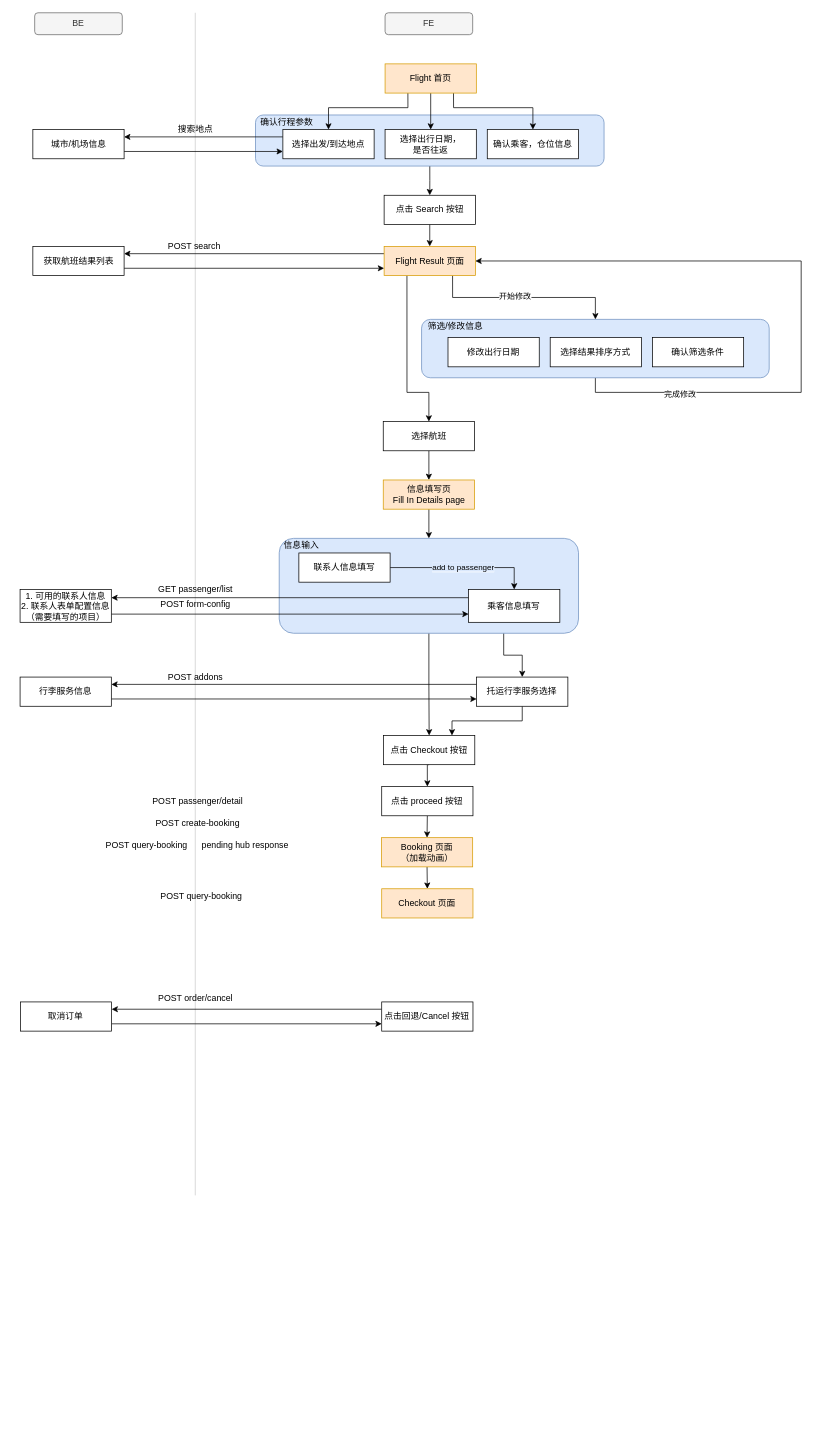
Before: page "main process" (1 of 2) of Flight/flight.drawio in junhong2021/Hotel-, a draw.io diagram. Source tidied: cells renumbered, new cells numbered last; positions are measured from the earlier drawing's top-left corner, leaving out a move shared by most shapes. Both pictures are drawn from the tidied source at 73%, with x=0, y=0 at pixel (20, 12).
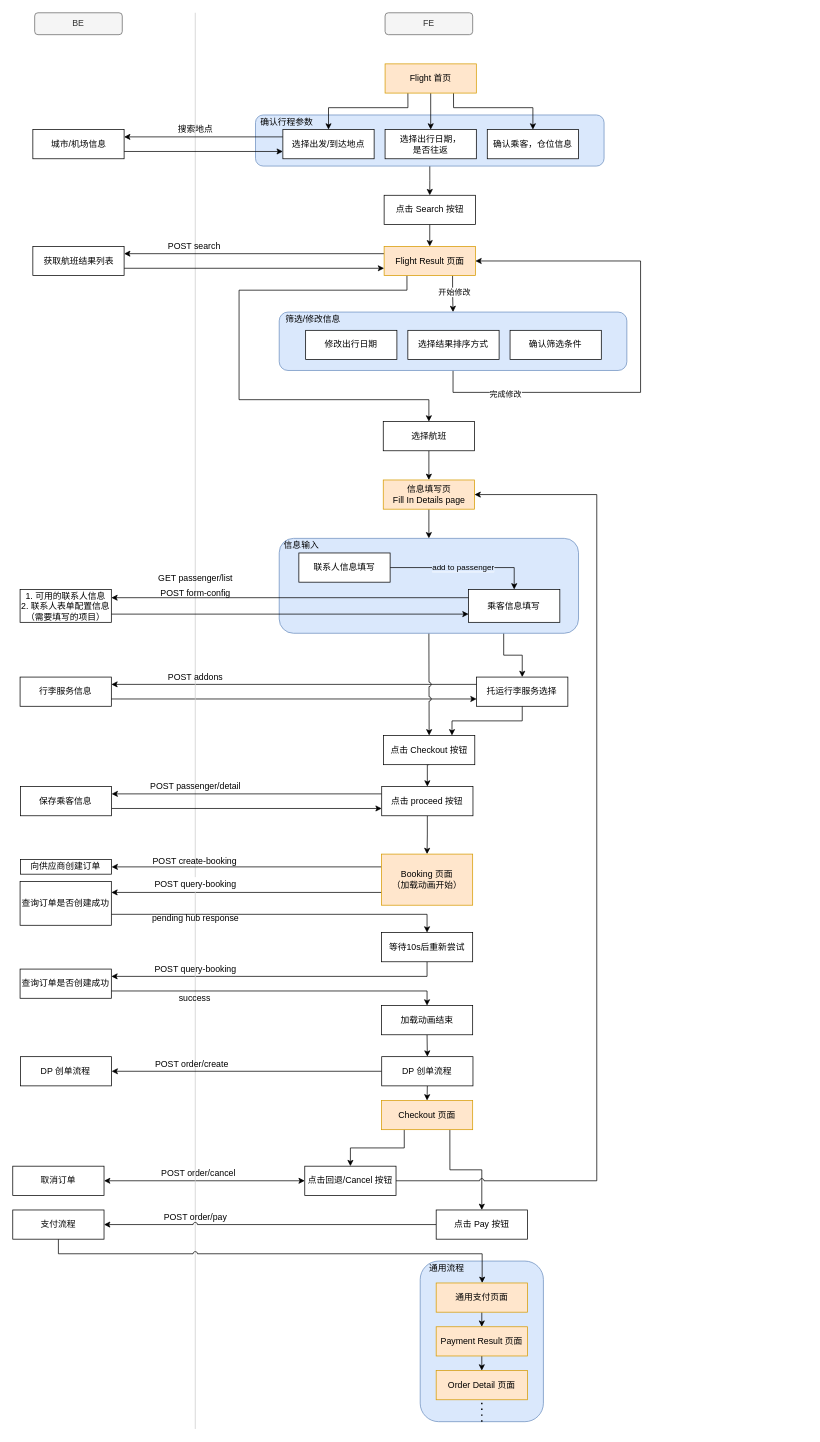
The same page after the edit.

The change refers to these unchanged cells:
```xml
<mxCell id="18" value="Flight Result 页面" style="rounded=0;whiteSpace=wrap;html=1;fillColor=#ffe6cc;strokeColor=#d79b00;" parent="1" vertex="1">
  <mxGeometry x="498.7" y="320" width="125" height="40" as="geometry" />
</mxCell>
<mxCell id="37" value="选择航班" style="rounded=0;whiteSpace=wrap;html=1;" parent="1" vertex="1">
  <mxGeometry x="497.5" y="560" width="125" height="40" as="geometry" />
</mxCell>
<mxCell id="39" value="信息填写页&lt;br&gt;Fill In Details page" style="rounded=0;whiteSpace=wrap;html=1;fillColor=#ffe6cc;strokeColor=#d79b00;" parent="1" vertex="1">
  <mxGeometry x="497.5" y="640" width="125" height="40" as="geometry" />
</mxCell>
<mxCell id="42" value="托运行李服务选择" style="rounded=0;whiteSpace=wrap;html=1;" parent="1" vertex="1">
  <mxGeometry x="625.4" y="910" width="125" height="40" as="geometry" />
</mxCell>
<mxCell id="45" style="rounded=1;whiteSpace=wrap;html=1;fillColor=#dae8fc;strokeColor=#6c8ebf;align=center;" parent="1" vertex="1">
  <mxGeometry x="355" y="720" width="410" height="130" as="geometry" />
</mxCell>
<mxCell id="52" value="点击 Checkout 按钮" style="rounded=0;whiteSpace=wrap;html=1;" parent="1" vertex="1">
  <mxGeometry x="497.9" y="990" width="125" height="40" as="geometry" />
</mxCell>
<mxCell id="55" value="点击 proceed 按钮" style="rounded=0;whiteSpace=wrap;html=1;" parent="1" vertex="1">
  <mxGeometry x="495.4" y="1060" width="125" height="40" as="geometry" />
</mxCell>
<mxCell id="61" value="行李服务信息" style="rounded=0;whiteSpace=wrap;html=1;" parent="1" vertex="1">
  <mxGeometry y="910" width="125" height="40" as="geometry" />
</mxCell>
```

Diff of the diagram source:
```diff
@@
+    <mxCell id="75" style="rounded=1;whiteSpace=wrap;html=1;fillColor=#dae8fc;strokeColor=#6c8ebf;" parent="1" vertex="1">
+      <mxGeometry x="548.1" y="1710" width="168.8" height="220" as="geometry" />
+    </mxCell>
+    <mxCell id="41" style="edgeStyle=orthogonalEdgeStyle;rounded=0;jettySize=auto;html=1;exitX=0;exitY=0.25;exitDx=0;exitDy=0;entryX=1;entryY=0.25;entryDx=0;entryDy=0;jumpStyle=arc;" parent="1" edge="1" source="42" target="61">
+      <mxGeometry relative="1" as="geometry" />
+    </mxCell>
+    <mxCell id="60" style="edgeStyle=orthogonalEdgeStyle;rounded=0;jettySize=auto;html=1;exitX=1;exitY=0.75;exitDx=0;exitDy=0;entryX=0;entryY=0.75;entryDx=0;entryDy=0;strokeColor=#000000;jumpStyle=arc;" parent="1" edge="1" source="61" target="42">
+      <mxGeometry relative="1" as="geometry" />
+    </mxCell>
-    <mxCell id="2" style="endArrow=none;html=1;strokeColor=#CCCCCC;" parent="1" edge="1">
+    <mxCell id="2" style="endArrow=none;html=1;strokeColor=#CCCCCC;startArrow=none;" parent="1" edge="1" source="67">
       <mxGeometry relative="1" as="geometry">
-        <mxPoint x="240" y="1620" as="sourcePoint" />
         <mxPoint x="240" as="targetPoint" />
       </mxGeometry>
     </mxCell>
     <mxCell id="3" style="edgeStyle=orthogonalEdgeStyle;rounded=0;jettySize=auto;html=1;exitX=0.5;exitY=1;exitDx=0;exitDy=0;entryX=1;entryY=0.5;entryDx=0;entryDy=0;" parent="1" edge="1" source="5" target="18">
       <mxGeometry relative="1" as="geometry">
         <Array as="points">
-          <mxPoint x="788" y="520" />
-          <mxPoint x="1070" y="520" />
-          <mxPoint x="1070" y="340" />
+          <mxPoint x="593" y="520" />
+          <mxPoint x="850" y="520" />
+          <mxPoint x="850" y="340" />
         </Array>
       </mxGeometry>
     </mxCell>
@@
-    <mxCell id="5" style="rounded=1;whiteSpace=wrap;html=1;fillColor=#dae8fc;strokeColor=#6c8ebf;align=center;" parent="1" vertex="1">
-      <mxGeometry x="550" y="420" width="476.2" height="80" as="geometry" />
-    </mxCell>
@@
-    <mxCell id="17" style="edgeStyle=orthogonalEdgeStyle;rounded=0;jettySize=auto;html=1;exitX=0.25;exitY=1;exitDx=0;exitDy=0;entryX=0.5;entryY=0;entryDx=0;entryDy=0;" parent="1" edge="1" source="18" target="37">
+    <mxCell id="17" style="edgeStyle=orthogonalEdgeStyle;rounded=0;jumpStyle=arc;jettySize=auto;html=1;exitX=0.25;exitY=1;exitDx=0;exitDy=0;entryX=0.5;entryY=0;entryDx=0;entryDy=0;startArrow=none;startFill=0;strokeColor=#000000;" parent="1" edge="1" source="18" target="37">
       <mxGeometry relative="1" as="geometry">
         <Array as="points">
-          <mxPoint x="530" y="520" />
-          <mxPoint x="560" y="520" />
+          <mxPoint x="530" y="380" />
+          <mxPoint x="300" y="380" />
+          <mxPoint x="300" y="530" />
+          <mxPoint x="560" y="530" />
         </Array>
       </mxGeometry>
     </mxCell>
@@
-    <mxCell id="19" value="修改出行日期" style="rounded=0;whiteSpace=wrap;html=1;" parent="1" vertex="1">
-      <mxGeometry x="586.2" y="445" width="125" height="40" as="geometry" />
-    </mxCell>
-    <mxCell id="20" value="选择结果排序方式" style="rounded=0;whiteSpace=wrap;html=1;" parent="1" vertex="1">
-      <mxGeometry x="726.2" y="445" width="125" height="40" as="geometry" />
-    </mxCell>
-    <mxCell id="21" value="确认筛选条件" style="rounded=0;whiteSpace=wrap;html=1;" parent="1" vertex="1">
-      <mxGeometry x="866.2" y="445" width="125" height="40" as="geometry" />
-    </mxCell>
@@
-    <mxCell id="35" value="筛选/修改信息" style="text;html=1;align=center;verticalAlign=middle;strokeColor=none;" parent="1" vertex="1">
-      <mxGeometry x="551.2" y="420" width="90" height="20" as="geometry" />
-    </mxCell>
@@
-    <mxCell id="41" style="edgeStyle=orthogonalEdgeStyle;rounded=0;jettySize=auto;html=1;exitX=0;exitY=0.25;exitDx=0;exitDy=0;entryX=1;entryY=0.25;entryDx=0;entryDy=0;" parent="1" edge="1" source="42" target="61">
-      <mxGeometry relative="1" as="geometry" />
-    </mxCell>
@@
-    <mxCell id="44" style="edgeStyle=orthogonalEdgeStyle;rounded=0;jettySize=auto;html=1;exitX=0.5;exitY=1;exitDx=0;exitDy=0;entryX=0.5;entryY=0;entryDx=0;entryDy=0;" parent="1" edge="1" source="45" target="52">
+    <mxCell id="44" style="edgeStyle=orthogonalEdgeStyle;rounded=0;jettySize=auto;html=1;exitX=0.5;exitY=1;exitDx=0;exitDy=0;entryX=0.5;entryY=0;entryDx=0;entryDy=0;jumpStyle=arc;" parent="1" edge="1" source="45" target="52">
       <mxGeometry relative="1" as="geometry" />
     </mxCell>
@@
+    <mxCell id="76" style="edgeStyle=orthogonalEdgeStyle;rounded=0;jumpStyle=arc;jettySize=auto;html=1;exitX=0.25;exitY=1;exitDx=0;exitDy=0;entryX=0.5;entryY=0;entryDx=0;entryDy=0;startArrow=none;startFill=0;strokeColor=#000000;" parent="1" edge="1" source="53" target="69">
+      <mxGeometry relative="1" as="geometry" />
+    </mxCell>
+    <mxCell id="77" style="edgeStyle=orthogonalEdgeStyle;rounded=0;jumpStyle=arc;jettySize=auto;html=1;exitX=0.75;exitY=1;exitDx=0;exitDy=0;entryX=0.5;entryY=0;entryDx=0;entryDy=0;startArrow=none;startFill=0;strokeColor=#000000;" parent="1" edge="1" source="53" target="101">
+      <mxGeometry relative="1" as="geometry" />
+    </mxCell>
     <mxCell id="53" value="Checkout 页面" style="rounded=0;whiteSpace=wrap;html=1;fillColor=#ffe6cc;strokeColor=#d79b00;" parent="1" vertex="1">
-      <mxGeometry x="495.4" y="1200" width="125" height="40" as="geometry" />
+      <mxGeometry x="495" y="1490" width="125" height="40" as="geometry" />
     </mxCell>
@@
+    <mxCell id="78" style="edgeStyle=orthogonalEdgeStyle;rounded=0;jettySize=auto;html=1;exitX=0;exitY=0.25;exitDx=0;exitDy=0;entryX=1;entryY=0.25;entryDx=0;entryDy=0;strokeColor=#000000;" parent="1" edge="1" source="55" target="83">
+      <mxGeometry relative="1" as="geometry" />
+    </mxCell>
@@
     <mxCell id="58" value="POST form-config" style="text;html=1;align=center;verticalAlign=middle;strokeColor=none;" parent="1" vertex="1">
-      <mxGeometry x="185" y="800" width="110" height="20" as="geometry" />
+      <mxGeometry x="185" y="785" width="110" height="20" as="geometry" />
     </mxCell>
     <mxCell id="59" value="GET passenger/list" style="text;html=1;align=center;verticalAlign=middle;strokeColor=none;" parent="1" vertex="1">
-      <mxGeometry x="180" y="780" width="120" height="20" as="geometry" />
+      <mxGeometry x="180" y="765" width="120" height="20" as="geometry" />
     </mxCell>
-    <mxCell id="60" style="edgeStyle=orthogonalEdgeStyle;rounded=0;jettySize=auto;html=1;exitX=1;exitY=0.75;exitDx=0;exitDy=0;entryX=0;entryY=0.75;entryDx=0;entryDy=0;strokeColor=#000000;" parent="1" edge="1" source="61" target="42">
-      <mxGeometry relative="1" as="geometry" />
-    </mxCell>
@@
-    <mxCell id="63" style="edgeStyle=orthogonalEdgeStyle;rounded=0;jettySize=auto;html=1;exitX=0.5;exitY=1;exitDx=0;exitDy=0;entryX=0.5;entryY=0;entryDx=0;entryDy=0;strokeColor=#000000;" parent="1" edge="1" source="64" target="53">
-      <mxGeometry relative="1" as="geometry" />
-    </mxCell>
+    <mxCell id="79" style="edgeStyle=orthogonalEdgeStyle;rounded=0;jettySize=auto;html=1;exitX=0;exitY=0.25;exitDx=0;exitDy=0;entryX=1;entryY=0.5;entryDx=0;entryDy=0;strokeColor=#000000;startArrow=none;startFill=0;" parent="1" edge="1" source="64" target="84">
+      <mxGeometry relative="1" as="geometry" />
+    </mxCell>
+    <mxCell id="80" style="edgeStyle=orthogonalEdgeStyle;rounded=0;jettySize=auto;html=1;exitX=0;exitY=0.75;exitDx=0;exitDy=0;entryX=1;entryY=0.25;entryDx=0;entryDy=0;startArrow=none;startFill=0;strokeColor=#000000;" parent="1" edge="1" source="64" target="90">
+      <mxGeometry relative="1" as="geometry" />
+    </mxCell>
-    <mxCell id="64" value="Booking 页面&lt;br&gt;（加载动画）" style="rounded=0;whiteSpace=wrap;html=1;fillColor=#ffe6cc;strokeColor=#d79b00;" parent="1" vertex="1">
-      <mxGeometry x="495" y="1130" width="125" height="40" as="geometry" />
+    <mxCell id="64" value="Booking 页面&lt;br&gt;（加载动画开始）" style="rounded=0;whiteSpace=wrap;html=1;fillColor=#ffe6cc;strokeColor=#d79b00;" parent="1" vertex="1">
+      <mxGeometry x="495" y="1152.5" width="125" height="70" as="geometry" />
     </mxCell>
     <mxCell id="65" value="POST passenger/detail" style="text;html=1;align=center;verticalAlign=middle;strokeColor=none;" parent="1" vertex="1">
-      <mxGeometry x="172.5" y="1070" width="140" height="20" as="geometry" />
+      <mxGeometry x="170" y="1050" width="140" height="20" as="geometry" />
     </mxCell>
     <mxCell id="66" value="POST create-booking" style="text;html=1;align=center;verticalAlign=middle;strokeColor=none;" parent="1" vertex="1">
-      <mxGeometry x="177.5" y="1100" width="130" height="20" as="geometry" />
+      <mxGeometry x="174" y="1152.5" width="130" height="20" as="geometry" />
     </mxCell>
-    <mxCell id="67" value="POST query-booking" style="text;html=1;align=center;verticalAlign=middle;points=[];strokeColor=none;" parent="1" vertex="1">
-      <mxGeometry x="107.5" y="1130" width="130" height="20" as="geometry" />
-    </mxCell>
-    <mxCell id="68" style="edgeStyle=orthogonalEdgeStyle;rounded=0;jettySize=auto;html=1;exitX=0;exitY=0.25;exitDx=0;exitDy=0;entryX=1;entryY=0.25;entryDx=0;entryDy=0;strokeColor=#000000;" parent="1" edge="1" source="69" target="71">
+    <mxCell id="68" style="edgeStyle=orthogonalEdgeStyle;rounded=0;jumpStyle=arc;jettySize=auto;html=1;exitX=0;exitY=0.5;exitDx=0;exitDy=0;startArrow=classic;startFill=1;strokeColor=#000000;" parent="1" edge="1" source="69" target="71">
       <mxGeometry relative="1" as="geometry" />
     </mxCell>
+    <mxCell id="81" style="edgeStyle=orthogonalEdgeStyle;rounded=0;jumpStyle=arc;jettySize=auto;html=1;exitX=1;exitY=0.5;exitDx=0;exitDy=0;entryX=1;entryY=0.5;entryDx=0;entryDy=0;startArrow=none;startFill=0;strokeColor=#000000;" parent="1" edge="1" source="69" target="39">
+      <mxGeometry relative="1" as="geometry">
+        <Array as="points">
+          <mxPoint x="790" y="1600" />
+          <mxPoint x="790" y="660" />
+        </Array>
+      </mxGeometry>
+    </mxCell>
     <mxCell id="69" value="点击回退/Cancel 按钮" style="rounded=0;whiteSpace=wrap;html=1;" parent="1" vertex="1">
-      <mxGeometry x="495.4" y="1355" width="125" height="40" as="geometry" />
+      <mxGeometry x="390" y="1580" width="125" height="40" as="geometry" />
     </mxCell>
-    <mxCell id="70" style="edgeStyle=orthogonalEdgeStyle;rounded=0;jettySize=auto;html=1;exitX=1;exitY=0.75;exitDx=0;exitDy=0;entryX=0;entryY=0.75;entryDx=0;entryDy=0;strokeColor=#000000;" parent="1" edge="1" source="71" target="69">
-      <mxGeometry relative="1" as="geometry" />
-    </mxCell>
     <mxCell id="71" value="取消订单" style="rounded=0;whiteSpace=wrap;html=1;" parent="1" vertex="1">
-      <mxGeometry x="0.4" y="1355" width="125" height="40" as="geometry" />
+      <mxGeometry x="-10" y="1580" width="125" height="40" as="geometry" />
     </mxCell>
     <mxCell id="72" value="POST order/cancel" style="text;html=1;align=center;verticalAlign=middle;strokeColor=none;" parent="1" vertex="1">
-      <mxGeometry x="180.4" y="1340" width="120" height="20" as="geometry" />
+      <mxGeometry x="184" y="1580" width="120" height="20" as="geometry" />
     </mxCell>
     <mxCell id="73" value="pending hub response" style="text;html=1;align=center;verticalAlign=middle;strokeColor=none;" parent="1" vertex="1">
-      <mxGeometry x="242.5" y="1130" width="130" height="20" as="geometry" />
+      <mxGeometry x="175" y="1230" width="130" height="20" as="geometry" />
     </mxCell>
     <mxCell id="74" value="POST query-booking" style="text;html=1;align=center;verticalAlign=middle;strokeColor=none;" parent="1" vertex="1">
-      <mxGeometry x="182.5" y="1200" width="130" height="20" as="geometry" />
+      <mxGeometry x="175" y="1300" width="130" height="20" as="geometry" />
     </mxCell>
+    <mxCell id="82" style="edgeStyle=orthogonalEdgeStyle;rounded=0;jettySize=auto;html=1;exitX=1;exitY=0.75;exitDx=0;exitDy=0;entryX=0;entryY=0.75;entryDx=0;entryDy=0;strokeColor=#000000;" parent="1" edge="1" source="83" target="55">
+      <mxGeometry relative="1" as="geometry" />
+    </mxCell>
+    <mxCell id="83" value="保存乘客信息" style="rounded=0;whiteSpace=wrap;html=1;" parent="1" vertex="1">
+      <mxGeometry x="0.4" y="1060" width="125" height="40" as="geometry" />
+    </mxCell>
+    <mxCell id="84" value="向供应商创建订单" style="rounded=0;whiteSpace=wrap;html=1;" parent="1" vertex="1">
+      <mxGeometry x="0.4" y="1160" width="125" height="20" as="geometry" />
+    </mxCell>
+    <mxCell id="85" style="edgeStyle=orthogonalEdgeStyle;rounded=0;jettySize=auto;html=1;exitX=0.5;exitY=1;exitDx=0;exitDy=0;entryX=0.5;entryY=0;entryDx=0;entryDy=0;startArrow=none;startFill=0;strokeColor=#000000;" parent="1" edge="1" source="86" target="97">
+      <mxGeometry relative="1" as="geometry" />
+    </mxCell>
+    <mxCell id="86" value="加载动画结束" style="rounded=0;whiteSpace=wrap;html=1;" parent="1" vertex="1">
+      <mxGeometry x="495" y="1360" width="125" height="40" as="geometry" />
+    </mxCell>
+    <mxCell id="87" style="edgeStyle=orthogonalEdgeStyle;rounded=0;jettySize=auto;html=1;exitX=0.5;exitY=1;exitDx=0;exitDy=0;entryX=1;entryY=0.25;entryDx=0;entryDy=0;startArrow=none;startFill=0;strokeColor=#000000;" parent="1" edge="1" source="88" target="93">
+      <mxGeometry relative="1" as="geometry" />
+    </mxCell>
+    <mxCell id="88" value="等待10s后重新尝试" style="rounded=0;whiteSpace=wrap;html=1;" parent="1" vertex="1">
+      <mxGeometry x="495" y="1260" width="125" height="40" as="geometry" />
+    </mxCell>
+    <mxCell id="89" style="edgeStyle=orthogonalEdgeStyle;rounded=0;jettySize=auto;html=1;exitX=1;exitY=0.75;exitDx=0;exitDy=0;entryX=0.5;entryY=0;entryDx=0;entryDy=0;startArrow=none;startFill=0;strokeColor=#000000;" parent="1" edge="1" source="90" target="88">
+      <mxGeometry relative="1" as="geometry" />
+    </mxCell>
+    <mxCell id="90" value="查询订单是否创建成功" style="rounded=0;whiteSpace=wrap;html=1;" parent="1" vertex="1">
+      <mxGeometry y="1190" width="125" height="60" as="geometry" />
+    </mxCell>
+    <mxCell id="67" value="POST query-booking" style="text;html=1;align=center;verticalAlign=middle;points=[];strokeColor=none;" parent="1" vertex="1">
+      <mxGeometry x="175" y="1184" width="130" height="20" as="geometry" />
+    </mxCell>
+    <mxCell id="91" style="endArrow=none;html=1;strokeColor=#CCCCCC;" parent="1" edge="1" target="67">
+      <mxGeometry relative="1" as="geometry">
+        <mxPoint x="240" y="1940" as="sourcePoint" />
+      </mxGeometry>
+    </mxCell>
+    <mxCell id="92" style="edgeStyle=orthogonalEdgeStyle;rounded=0;jettySize=auto;html=1;exitX=1;exitY=0.75;exitDx=0;exitDy=0;entryX=0.5;entryY=0;entryDx=0;entryDy=0;startArrow=none;startFill=0;strokeColor=#000000;" parent="1" edge="1" source="93" target="86">
+      <mxGeometry relative="1" as="geometry" />
+    </mxCell>
+    <mxCell id="93" value="查询订单是否创建成功" style="rounded=0;whiteSpace=wrap;html=1;" parent="1" vertex="1">
+      <mxGeometry y="1310" width="125" height="40" as="geometry" />
+    </mxCell>
+    <mxCell id="94" value="success" style="text;html=1;align=center;verticalAlign=middle;strokeColor=none;" parent="1" vertex="1">
+      <mxGeometry x="209" y="1340" width="60" height="20" as="geometry" />
+    </mxCell>
+    <mxCell id="95" style="edgeStyle=orthogonalEdgeStyle;rounded=0;jettySize=auto;html=1;exitX=0;exitY=0.5;exitDx=0;exitDy=0;entryX=1;entryY=0.5;entryDx=0;entryDy=0;startArrow=none;startFill=0;strokeColor=#000000;" parent="1" edge="1" source="97" target="98">
+      <mxGeometry relative="1" as="geometry" />
+    </mxCell>
+    <mxCell id="96" style="edgeStyle=orthogonalEdgeStyle;rounded=0;jettySize=auto;html=1;exitX=0.5;exitY=1;exitDx=0;exitDy=0;entryX=0.5;entryY=0;entryDx=0;entryDy=0;startArrow=none;startFill=0;strokeColor=#000000;" parent="1" edge="1" source="97" target="53">
+      <mxGeometry relative="1" as="geometry" />
+    </mxCell>
+    <mxCell id="97" value="DP 创单流程" style="rounded=0;whiteSpace=wrap;html=1;" parent="1" vertex="1">
+      <mxGeometry x="495.4" y="1430" width="125" height="40" as="geometry" />
+    </mxCell>
+    <mxCell id="98" value="DP 创单流程" style="rounded=0;whiteSpace=wrap;html=1;" parent="1" vertex="1">
+      <mxGeometry x="0.4" y="1430" width="125" height="40" as="geometry" />
+    </mxCell>
+    <mxCell id="99" value="POST order/create" style="text;html=1;align=center;verticalAlign=middle;strokeColor=none;" parent="1" vertex="1">
+      <mxGeometry x="175" y="1430" width="120" height="20" as="geometry" />
+    </mxCell>
+    <mxCell id="100" style="edgeStyle=orthogonalEdgeStyle;rounded=0;jumpStyle=arc;jettySize=auto;html=1;exitX=0;exitY=0.5;exitDx=0;exitDy=0;entryX=1;entryY=0.5;entryDx=0;entryDy=0;startArrow=none;startFill=0;strokeColor=#000000;" parent="1" edge="1" source="101" target="103">
+      <mxGeometry relative="1" as="geometry" />
+    </mxCell>
+    <mxCell id="101" value="点击 Pay 按钮" style="rounded=0;whiteSpace=wrap;html=1;" parent="1" vertex="1">
+      <mxGeometry x="570" y="1640" width="125" height="40" as="geometry" />
+    </mxCell>
+    <mxCell id="102" style="edgeStyle=orthogonalEdgeStyle;rounded=0;jumpStyle=arc;jettySize=auto;html=1;exitX=0.5;exitY=1;exitDx=0;exitDy=0;startArrow=none;startFill=0;strokeColor=#000000;" parent="1" edge="1" source="103" target="106">
+      <mxGeometry relative="1" as="geometry">
+        <Array as="points">
+          <mxPoint x="53" y="1700" />
+          <mxPoint x="633" y="1700" />
+        </Array>
+      </mxGeometry>
+    </mxCell>
+    <mxCell id="103" value="支付流程" style="rounded=0;whiteSpace=wrap;html=1;" parent="1" vertex="1">
+      <mxGeometry x="-10" y="1640" width="125" height="40" as="geometry" />
+    </mxCell>
+    <mxCell id="104" value="POST order/pay" style="text;html=1;align=center;verticalAlign=middle;strokeColor=none;" parent="1" vertex="1">
+      <mxGeometry x="190" y="1640" width="100" height="20" as="geometry" />
+    </mxCell>
+    <mxCell id="105" style="edgeStyle=orthogonalEdgeStyle;rounded=0;jumpStyle=arc;jettySize=auto;html=1;exitX=0.5;exitY=1;exitDx=0;exitDy=0;entryX=0.5;entryY=0;entryDx=0;entryDy=0;startArrow=none;startFill=0;strokeColor=#000000;" parent="1" edge="1" source="106" target="108">
+      <mxGeometry relative="1" as="geometry" />
+    </mxCell>
+    <mxCell id="106" value="通用支付页面" style="rounded=0;whiteSpace=wrap;html=1;fillColor=#ffe6cc;strokeColor=#d79b00;" parent="1" vertex="1">
+      <mxGeometry x="570" y="1740" width="125" height="40" as="geometry" />
+    </mxCell>
+    <mxCell id="107" style="edgeStyle=orthogonalEdgeStyle;rounded=0;jumpStyle=arc;jettySize=auto;html=1;exitX=0.5;exitY=1;exitDx=0;exitDy=0;entryX=0.5;entryY=0;entryDx=0;entryDy=0;startArrow=none;startFill=0;strokeColor=#000000;" parent="1" edge="1" source="108" target="109">
+      <mxGeometry relative="1" as="geometry" />
+    </mxCell>
+    <mxCell id="108" value="Payment Result 页面" style="rounded=0;whiteSpace=wrap;html=1;fillColor=#ffe6cc;strokeColor=#d79b00;" parent="1" vertex="1">
+      <mxGeometry x="570" y="1800" width="125" height="40" as="geometry" />
+    </mxCell>
+    <mxCell id="109" value="Order Detail 页面" style="rounded=0;whiteSpace=wrap;html=1;fillColor=#ffe6cc;strokeColor=#d79b00;" parent="1" vertex="1">
+      <mxGeometry x="570" y="1860" width="125" height="40" as="geometry" />
+    </mxCell>
+    <mxCell id="110" value="通用流程" style="text;html=1;align=center;verticalAlign=middle;strokeColor=none;" parent="1" vertex="1">
+      <mxGeometry x="554.4" y="1710" width="60" height="20" as="geometry" />
+    </mxCell>
+    <mxCell id="111" style="group;" parent="1" vertex="1">
+      <mxGeometry x="355" y="410" width="476.2" height="80" as="geometry" />
+    </mxCell>
+    <mxCell id="5" style="rounded=1;whiteSpace=wrap;html=1;fillColor=#dae8fc;strokeColor=#6c8ebf;align=center;" parent="111" vertex="1">
+      <mxGeometry width="476.2" height="80" as="geometry" />
+    </mxCell>
+    <mxCell id="19" value="修改出行日期" style="rounded=0;whiteSpace=wrap;html=1;" parent="111" vertex="1">
+      <mxGeometry x="36.2" y="25" width="125" height="40" as="geometry" />
+    </mxCell>
+    <mxCell id="20" value="选择结果排序方式" style="rounded=0;whiteSpace=wrap;html=1;" parent="111" vertex="1">
+      <mxGeometry x="176.2" y="25" width="125" height="40" as="geometry" />
+    </mxCell>
+    <mxCell id="21" value="确认筛选条件" style="rounded=0;whiteSpace=wrap;html=1;" parent="111" vertex="1">
+      <mxGeometry x="316.2" y="25" width="125" height="40" as="geometry" />
+    </mxCell>
+    <mxCell id="35" value="筛选/修改信息" style="text;html=1;align=center;verticalAlign=middle;strokeColor=none;" parent="111" vertex="1">
+      <mxGeometry x="1.2" width="90" height="20" as="geometry" />
+    </mxCell>
+    <mxCell id="112" style="endArrow=none;dashed=1;html=1;dashPattern=1 3;strokeWidth=2;entryX=0.5;entryY=1;entryDx=0;entryDy=0;exitX=0.5;exitY=1;exitDx=0;exitDy=0;" parent="1" edge="1" source="75" target="109">
+      <mxGeometry relative="1" as="geometry" />
+    </mxCell>
```
